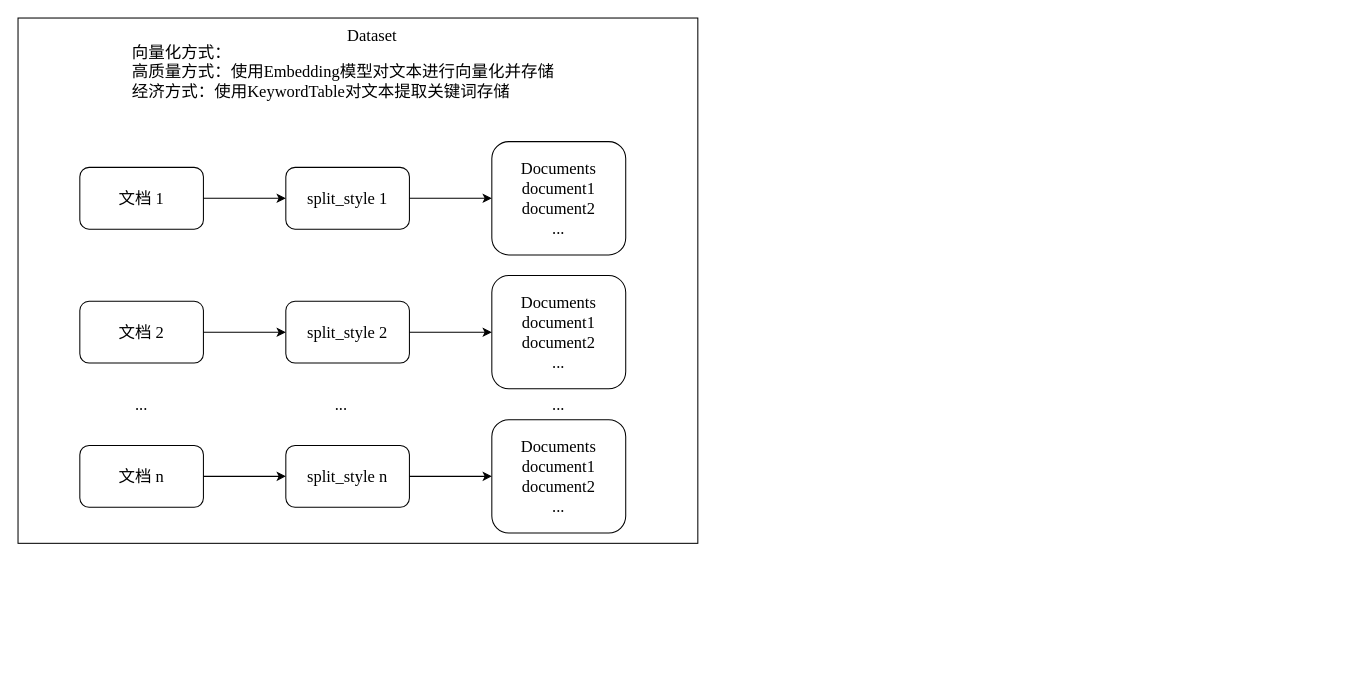
This is vector_index_原理解析.drawio from Jackerry-H/knowledge_sharing, a draw.io file, before an edit. Source tidied: cells renumbered, new cells numbered last; positions are measured from the earlier drawing's top-left corner, leaving out a move shared by most shapes. Both pictures are drawn from the tidied source at 103%, with x=0, y=0 at pixel (18, 18).
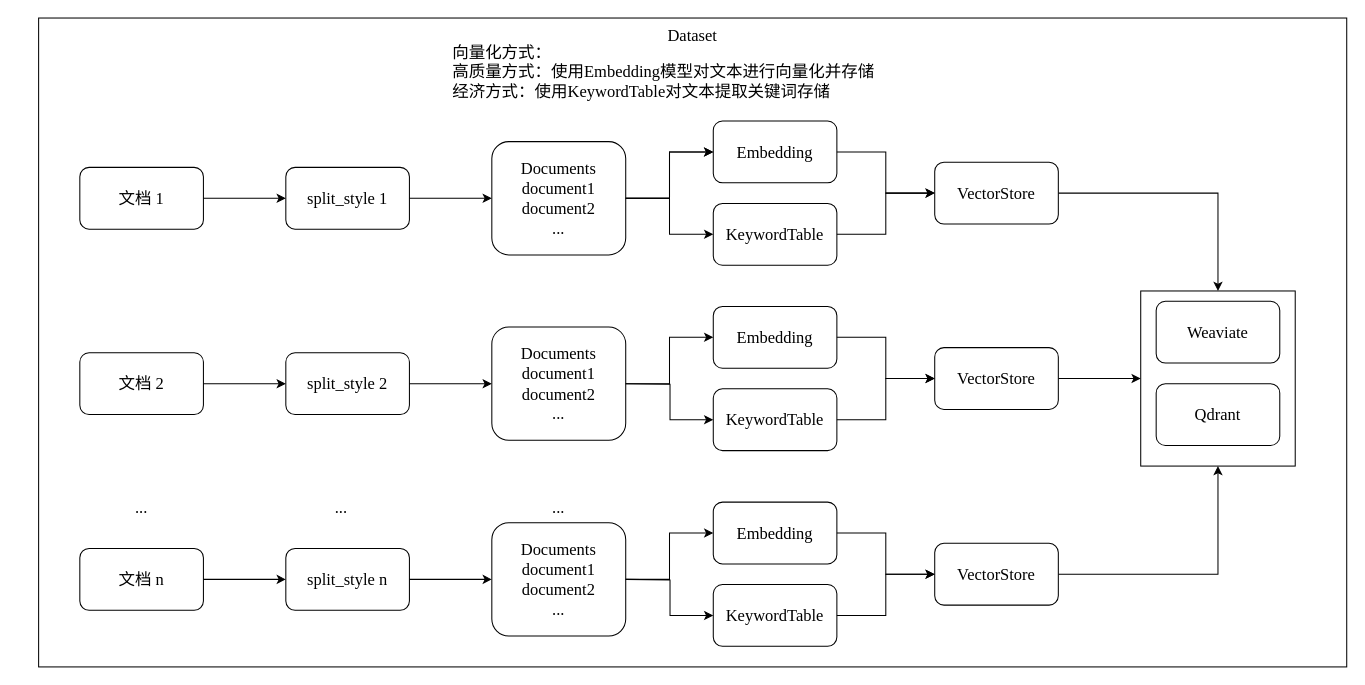
After the change.

Commit message:
更新vector_index_原理解析.drawio

Diff of the diagram source:
```diff
@@
-    <mxCell id="2" style="group;" parent="1" vertex="1">
-      <mxGeometry width="660" height="510" as="geometry" />
-    </mxCell>
+    <mxCell id="25" style="group;" parent="1" vertex="1">
+      <mxGeometry x="20" width="1270" height="630" as="geometry" />
+    </mxCell>
-    <mxCell id="3" style="rounded=0;whiteSpace=wrap;html=1;" parent="2" vertex="1">
-      <mxGeometry width="660" height="510" as="geometry" />
+    <mxCell id="3" style="rounded=0;whiteSpace=wrap;html=1;" parent="25" vertex="1">
+      <mxGeometry width="1270" height="630" as="geometry" />
     </mxCell>
+    <mxCell id="26" style="rounded=0;whiteSpace=wrap;html=1;" parent="25" vertex="1">
+      <mxGeometry x="1070" y="265" width="150" height="170" as="geometry" />
+    </mxCell>
-    <mxCell id="4" style="group;" parent="2" vertex="1">
-      <mxGeometry x="109" width="470" height="104.4" as="geometry" />
+    <mxCell id="4" style="group;" parent="25" vertex="1">
+      <mxGeometry x="400" width="470" height="104.4" as="geometry" />
     </mxCell>
@@
-    <mxCell id="7" value="文档 1" style="rounded=1;whiteSpace=wrap;html=1;fontFamily=Times New Roman;fontSize=16;" parent="2" vertex="1">
-      <mxGeometry x="60" y="145" width="120" height="60" as="geometry" />
+    <mxCell id="7" value="文档 1" style="rounded=1;whiteSpace=wrap;html=1;fontFamily=Times New Roman;fontSize=16;" parent="25" vertex="1">
+      <mxGeometry x="40" y="145" width="120" height="60" as="geometry" />
     </mxCell>
-    <mxCell id="8" value="文档 2" style="rounded=1;whiteSpace=wrap;html=1;fontFamily=Times New Roman;fontSize=16;" parent="2" vertex="1">
-      <mxGeometry x="60" y="275" width="120" height="60" as="geometry" />
+    <mxCell id="8" value="文档 2" style="rounded=1;whiteSpace=wrap;html=1;fontFamily=Times New Roman;fontSize=16;" parent="25" vertex="1">
+      <mxGeometry x="40" y="325" width="120" height="60" as="geometry" />
     </mxCell>
-    <mxCell id="9" value="文档 n" style="rounded=1;whiteSpace=wrap;html=1;fontFamily=Times New Roman;fontSize=16;" parent="2" vertex="1">
-      <mxGeometry x="60" y="415" width="120" height="60" as="geometry" />
+    <mxCell id="9" value="文档 n" style="rounded=1;whiteSpace=wrap;html=1;fontFamily=Times New Roman;fontSize=16;" parent="25" vertex="1">
+      <mxGeometry x="40" y="515" width="120" height="60" as="geometry" />
     </mxCell>
-    <mxCell id="10" value="..." style="text;html=1;strokeColor=none;fillColor=none;align=center;verticalAlign=middle;whiteSpace=wrap;rounded=0;fontFamily=Times New Roman;fontSize=16;" parent="2" vertex="1">
-      <mxGeometry x="90" y="360" width="60" height="30" as="geometry" />
+    <mxCell id="10" value="..." style="text;html=1;strokeColor=none;fillColor=none;align=center;verticalAlign=middle;whiteSpace=wrap;rounded=0;fontFamily=Times New Roman;fontSize=16;" parent="25" vertex="1">
+      <mxGeometry x="70" y="460" width="60" height="30" as="geometry" />
     </mxCell>
-    <mxCell id="11" value="split_style 1" style="whiteSpace=wrap;html=1;fontSize=16;fontFamily=Times New Roman;rounded=1;" parent="2" vertex="1">
-      <mxGeometry x="260" y="145" width="120" height="60" as="geometry" />
+    <mxCell id="11" value="split_style 1" style="whiteSpace=wrap;html=1;fontSize=16;fontFamily=Times New Roman;rounded=1;" parent="25" vertex="1">
+      <mxGeometry x="240" y="145" width="120" height="60" as="geometry" />
     </mxCell>
-    <mxCell id="12" style="edgeStyle=orthogonalEdgeStyle;rounded=0;jettySize=auto;html=1;" parent="2" edge="1" source="7" target="11">
+    <mxCell id="12" style="edgeStyle=orthogonalEdgeStyle;rounded=0;jettySize=auto;html=1;" parent="25" edge="1" source="7" target="11">
       <mxGeometry relative="1" as="geometry" />
     </mxCell>
-    <mxCell id="13" value="split_style 2" style="whiteSpace=wrap;html=1;fontSize=16;fontFamily=Times New Roman;rounded=1;" parent="2" vertex="1">
-      <mxGeometry x="260" y="275" width="120" height="60" as="geometry" />
+    <mxCell id="13" value="split_style 2" style="whiteSpace=wrap;html=1;fontSize=16;fontFamily=Times New Roman;rounded=1;" parent="25" vertex="1">
+      <mxGeometry x="240" y="325" width="120" height="60" as="geometry" />
     </mxCell>
-    <mxCell id="14" value="split_style n" style="whiteSpace=wrap;html=1;fontSize=16;fontFamily=Times New Roman;rounded=1;" parent="2" vertex="1">
-      <mxGeometry x="260" y="415" width="120" height="60" as="geometry" />
+    <mxCell id="14" value="split_style n" style="whiteSpace=wrap;html=1;fontSize=16;fontFamily=Times New Roman;rounded=1;" parent="25" vertex="1">
+      <mxGeometry x="240" y="515" width="120" height="60" as="geometry" />
     </mxCell>
-    <mxCell id="15" value="..." style="text;html=1;strokeColor=none;fillColor=none;align=center;verticalAlign=middle;whiteSpace=wrap;rounded=0;fontFamily=Times New Roman;fontSize=16;" parent="2" vertex="1">
-      <mxGeometry x="284" y="360" width="60" height="30" as="geometry" />
+    <mxCell id="15" value="..." style="text;html=1;strokeColor=none;fillColor=none;align=center;verticalAlign=middle;whiteSpace=wrap;rounded=0;fontFamily=Times New Roman;fontSize=16;" parent="25" vertex="1">
+      <mxGeometry x="264" y="460" width="60" height="30" as="geometry" />
     </mxCell>
-    <mxCell id="16" style="endArrow=classic;html=1;rounded=0;exitX=1;exitY=0.5;exitDx=0;exitDy=0;" parent="2" edge="1" source="8" target="13">
+    <mxCell id="16" style="endArrow=classic;html=1;rounded=0;exitX=1;exitY=0.5;exitDx=0;exitDy=0;" parent="25" edge="1" source="8" target="13">
       <mxGeometry relative="1" as="geometry" />
     </mxCell>
-    <mxCell id="17" style="endArrow=classic;html=1;rounded=0;exitX=1;exitY=0.5;exitDx=0;exitDy=0;entryX=0;entryY=0.5;entryDx=0;entryDy=0;" parent="2" edge="1" source="9" target="14">
+    <mxCell id="17" style="endArrow=classic;html=1;rounded=0;exitX=1;exitY=0.5;exitDx=0;exitDy=0;entryX=0;entryY=0.5;entryDx=0;entryDy=0;" parent="25" edge="1" source="9" target="14">
       <mxGeometry relative="1" as="geometry" />
     </mxCell>
-    <mxCell id="18" value="Documents&lt;br&gt;document1&lt;br&gt;document2&lt;br&gt;..." style="whiteSpace=wrap;html=1;fontSize=16;fontFamily=Times New Roman;rounded=1;" parent="2" vertex="1">
-      <mxGeometry x="460" y="120" width="130" height="110" as="geometry" />
+    <mxCell id="18" value="Documents&lt;br&gt;document1&lt;br&gt;document2&lt;br&gt;..." style="whiteSpace=wrap;html=1;fontSize=16;fontFamily=Times New Roman;rounded=1;" parent="25" vertex="1">
+      <mxGeometry x="440" y="120" width="130" height="110" as="geometry" />
     </mxCell>
-    <mxCell id="19" style="edgeStyle=orthogonalEdgeStyle;rounded=0;jettySize=auto;html=1;" parent="2" edge="1" source="11" target="18">
+    <mxCell id="19" style="edgeStyle=orthogonalEdgeStyle;rounded=0;jettySize=auto;html=1;" parent="25" edge="1" source="11" target="18">
       <mxGeometry relative="1" as="geometry" />
     </mxCell>
-    <mxCell id="20" value="Documents&lt;br&gt;document1&lt;br&gt;document2&lt;br&gt;..." style="whiteSpace=wrap;html=1;fontSize=16;fontFamily=Times New Roman;rounded=1;" parent="2" vertex="1">
-      <mxGeometry x="460" y="250" width="130" height="110" as="geometry" />
+    <mxCell id="20" value="Documents&lt;br&gt;document1&lt;br&gt;document2&lt;br&gt;..." style="whiteSpace=wrap;html=1;fontSize=16;fontFamily=Times New Roman;rounded=1;" parent="25" vertex="1">
+      <mxGeometry x="440" y="300" width="130" height="110" as="geometry" />
     </mxCell>
-    <mxCell id="21" value="Documents&lt;br&gt;document1&lt;br&gt;document2&lt;br&gt;..." style="whiteSpace=wrap;html=1;fontSize=16;fontFamily=Times New Roman;rounded=1;" parent="2" vertex="1">
-      <mxGeometry x="460" y="390" width="130" height="110" as="geometry" />
+    <mxCell id="21" value="Documents&lt;br&gt;document1&lt;br&gt;document2&lt;br&gt;..." style="whiteSpace=wrap;html=1;fontSize=16;fontFamily=Times New Roman;rounded=1;" parent="25" vertex="1">
+      <mxGeometry x="440" y="490" width="130" height="110" as="geometry" />
     </mxCell>
-    <mxCell id="22" value="..." style="text;html=1;strokeColor=none;fillColor=none;align=center;verticalAlign=middle;whiteSpace=wrap;rounded=0;fontFamily=Times New Roman;fontSize=16;" parent="2" vertex="1">
-      <mxGeometry x="495" y="360" width="60" height="30" as="geometry" />
+    <mxCell id="22" value="..." style="text;html=1;strokeColor=none;fillColor=none;align=center;verticalAlign=middle;whiteSpace=wrap;rounded=0;fontFamily=Times New Roman;fontSize=16;" parent="25" vertex="1">
+      <mxGeometry x="475" y="460" width="60" height="30" as="geometry" />
     </mxCell>
-    <mxCell id="23" style="edgeStyle=orthogonalEdgeStyle;rounded=0;jettySize=auto;html=1;" parent="2" edge="1" source="13" target="20">
+    <mxCell id="23" style="edgeStyle=orthogonalEdgeStyle;rounded=0;jettySize=auto;html=1;" parent="25" edge="1" source="13" target="20">
       <mxGeometry relative="1" as="geometry" />
     </mxCell>
-    <mxCell id="24" style="edgeStyle=orthogonalEdgeStyle;rounded=0;jettySize=auto;html=1;" parent="2" edge="1" source="14" target="21">
+    <mxCell id="24" style="edgeStyle=orthogonalEdgeStyle;rounded=0;jettySize=auto;html=1;" parent="25" edge="1" source="14" target="21">
       <mxGeometry relative="1" as="geometry" />
     </mxCell>
+    <mxCell id="27" value="Embedding" style="whiteSpace=wrap;html=1;fontSize=16;fontFamily=Times New Roman;rounded=1;" parent="25" vertex="1">
+      <mxGeometry x="655" y="100" width="120" height="60" as="geometry" />
+    </mxCell>
+    <mxCell id="28" style="edgeStyle=orthogonalEdgeStyle;rounded=0;jettySize=auto;html=1;" parent="25" edge="1" source="18" target="27">
+      <mxGeometry relative="1" as="geometry" />
+    </mxCell>
+    <mxCell id="29" style="edgeStyle=orthogonalEdgeStyle;rounded=0;jettySize=auto;html=1;" parent="25" edge="1" source="18" target="27">
+      <mxGeometry relative="1" as="geometry" />
+    </mxCell>
+    <mxCell id="30" style="edgeStyle=orthogonalEdgeStyle;rounded=0;jettySize=auto;html=1;entryX=0.5;entryY=0;entryDx=0;entryDy=0;" parent="25" edge="1" source="31" target="26">
+      <mxGeometry relative="1" as="geometry" />
+    </mxCell>
+    <mxCell id="31" value="VectorStore" style="whiteSpace=wrap;html=1;fontSize=16;fontFamily=Times New Roman;rounded=1;" parent="25" vertex="1">
+      <mxGeometry x="870" y="140" width="120" height="60" as="geometry" />
+    </mxCell>
+    <mxCell id="32" value="KeywordTable" style="whiteSpace=wrap;html=1;fontSize=16;fontFamily=Times New Roman;rounded=1;" parent="25" vertex="1">
+      <mxGeometry x="655" y="180" width="120" height="60" as="geometry" />
+    </mxCell>
+    <mxCell id="33" style="edgeStyle=orthogonalEdgeStyle;rounded=0;jettySize=auto;html=1;entryX=0;entryY=0.5;entryDx=0;entryDy=0;exitX=1;exitY=0.5;exitDx=0;exitDy=0;" parent="25" edge="1" source="18" target="32">
+      <mxGeometry relative="1" as="geometry" />
+    </mxCell>
+    <mxCell id="34" style="edgeStyle=orthogonalEdgeStyle;rounded=0;jettySize=auto;html=1;exitX=1;exitY=0.5;exitDx=0;exitDy=0;entryX=0;entryY=0.5;entryDx=0;entryDy=0;" parent="25" edge="1" source="32" target="31">
+      <mxGeometry relative="1" as="geometry" />
+    </mxCell>
+    <mxCell id="35" style="edgeStyle=orthogonalEdgeStyle;rounded=0;jettySize=auto;html=1;exitX=1;exitY=0.5;exitDx=0;exitDy=0;entryX=0;entryY=0.5;entryDx=0;entryDy=0;" parent="25" edge="1" source="20" target="36">
+      <mxGeometry relative="1" as="geometry" />
+    </mxCell>
+    <mxCell id="36" value="Embedding" style="whiteSpace=wrap;html=1;fontSize=16;fontFamily=Times New Roman;rounded=1;" parent="25" vertex="1">
+      <mxGeometry x="655" y="280" width="120" height="60" as="geometry" />
+    </mxCell>
+    <mxCell id="37" style="edgeStyle=orthogonalEdgeStyle;rounded=0;jettySize=auto;html=1;" parent="25" edge="1" source="27" target="31">
+      <mxGeometry relative="1" as="geometry" />
+    </mxCell>
+    <mxCell id="38" style="edgeStyle=orthogonalEdgeStyle;rounded=0;jettySize=auto;html=1;exitX=1;exitY=0.5;exitDx=0;exitDy=0;entryX=0;entryY=0.5;entryDx=0;entryDy=0;" parent="25" edge="1" source="39" target="26">
+      <mxGeometry relative="1" as="geometry" />
+    </mxCell>
+    <mxCell id="39" value="VectorStore" style="whiteSpace=wrap;html=1;fontSize=16;fontFamily=Times New Roman;rounded=1;" parent="25" vertex="1">
+      <mxGeometry x="870" y="320" width="120" height="60" as="geometry" />
+    </mxCell>
+    <mxCell id="40" value="KeywordTable" style="whiteSpace=wrap;html=1;fontSize=16;fontFamily=Times New Roman;rounded=1;" parent="25" vertex="1">
+      <mxGeometry x="655" y="360" width="120" height="60" as="geometry" />
+    </mxCell>
+    <mxCell id="41" style="edgeStyle=orthogonalEdgeStyle;rounded=0;jettySize=auto;html=1;entryX=0;entryY=0.5;entryDx=0;entryDy=0;exitX=1;exitY=0.5;exitDx=0;exitDy=0;" parent="25" edge="1" target="40">
+      <mxGeometry relative="1" as="geometry">
+        <mxPoint x="570" y="355" as="sourcePoint" />
+      </mxGeometry>
+    </mxCell>
+    <mxCell id="42" style="edgeStyle=orthogonalEdgeStyle;rounded=0;jettySize=auto;html=1;exitX=1;exitY=0.5;exitDx=0;exitDy=0;entryX=0;entryY=0.5;entryDx=0;entryDy=0;" parent="25" edge="1" source="40" target="39">
+      <mxGeometry relative="1" as="geometry" />
+    </mxCell>
+    <mxCell id="43" style="edgeStyle=orthogonalEdgeStyle;rounded=0;jettySize=auto;html=1;entryX=0;entryY=0.5;entryDx=0;entryDy=0;exitX=1;exitY=0.5;exitDx=0;exitDy=0;" parent="25" edge="1" source="21" target="44">
+      <mxGeometry relative="1" as="geometry" />
+    </mxCell>
+    <mxCell id="44" value="Embedding" style="whiteSpace=wrap;html=1;fontSize=16;fontFamily=Times New Roman;rounded=1;" parent="25" vertex="1">
+      <mxGeometry x="655" y="470" width="120" height="60" as="geometry" />
+    </mxCell>
+    <mxCell id="45" style="edgeStyle=orthogonalEdgeStyle;rounded=0;jettySize=auto;html=1;" parent="25" edge="1" source="36" target="39">
+      <mxGeometry relative="1" as="geometry" />
+    </mxCell>
+    <mxCell id="46" style="edgeStyle=orthogonalEdgeStyle;rounded=0;jettySize=auto;html=1;entryX=0.5;entryY=1;entryDx=0;entryDy=0;" parent="25" edge="1" source="47" target="26">
+      <mxGeometry relative="1" as="geometry" />
+    </mxCell>
+    <mxCell id="47" value="VectorStore" style="whiteSpace=wrap;html=1;fontSize=16;fontFamily=Times New Roman;rounded=1;" parent="25" vertex="1">
+      <mxGeometry x="870" y="510" width="120" height="60" as="geometry" />
+    </mxCell>
+    <mxCell id="48" value="KeywordTable" style="whiteSpace=wrap;html=1;fontSize=16;fontFamily=Times New Roman;rounded=1;" parent="25" vertex="1">
+      <mxGeometry x="655" y="550" width="120" height="60" as="geometry" />
+    </mxCell>
+    <mxCell id="49" style="edgeStyle=orthogonalEdgeStyle;rounded=0;jettySize=auto;html=1;entryX=0;entryY=0.5;entryDx=0;entryDy=0;exitX=1;exitY=0.5;exitDx=0;exitDy=0;" parent="25" edge="1" target="48">
+      <mxGeometry relative="1" as="geometry">
+        <mxPoint x="570" y="545" as="sourcePoint" />
+      </mxGeometry>
+    </mxCell>
+    <mxCell id="50" style="edgeStyle=orthogonalEdgeStyle;rounded=0;jettySize=auto;html=1;exitX=1;exitY=0.5;exitDx=0;exitDy=0;entryX=0;entryY=0.5;entryDx=0;entryDy=0;" parent="25" edge="1" source="48" target="47">
+      <mxGeometry relative="1" as="geometry" />
+    </mxCell>
+    <mxCell id="51" style="edgeStyle=orthogonalEdgeStyle;rounded=0;jettySize=auto;html=1;" parent="25" edge="1" source="44" target="47">
+      <mxGeometry relative="1" as="geometry" />
+    </mxCell>
+    <mxCell id="52" value="Weaviate" style="whiteSpace=wrap;html=1;fontSize=16;fontFamily=Times New Roman;rounded=1;" parent="25" vertex="1">
+      <mxGeometry x="1085" y="275" width="120" height="60" as="geometry" />
+    </mxCell>
+    <mxCell id="53" value="Qdrant" style="whiteSpace=wrap;html=1;fontSize=16;fontFamily=Times New Roman;rounded=1;" parent="25" vertex="1">
+      <mxGeometry x="1085" y="355" width="120" height="60" as="geometry" />
+    </mxCell>
```
